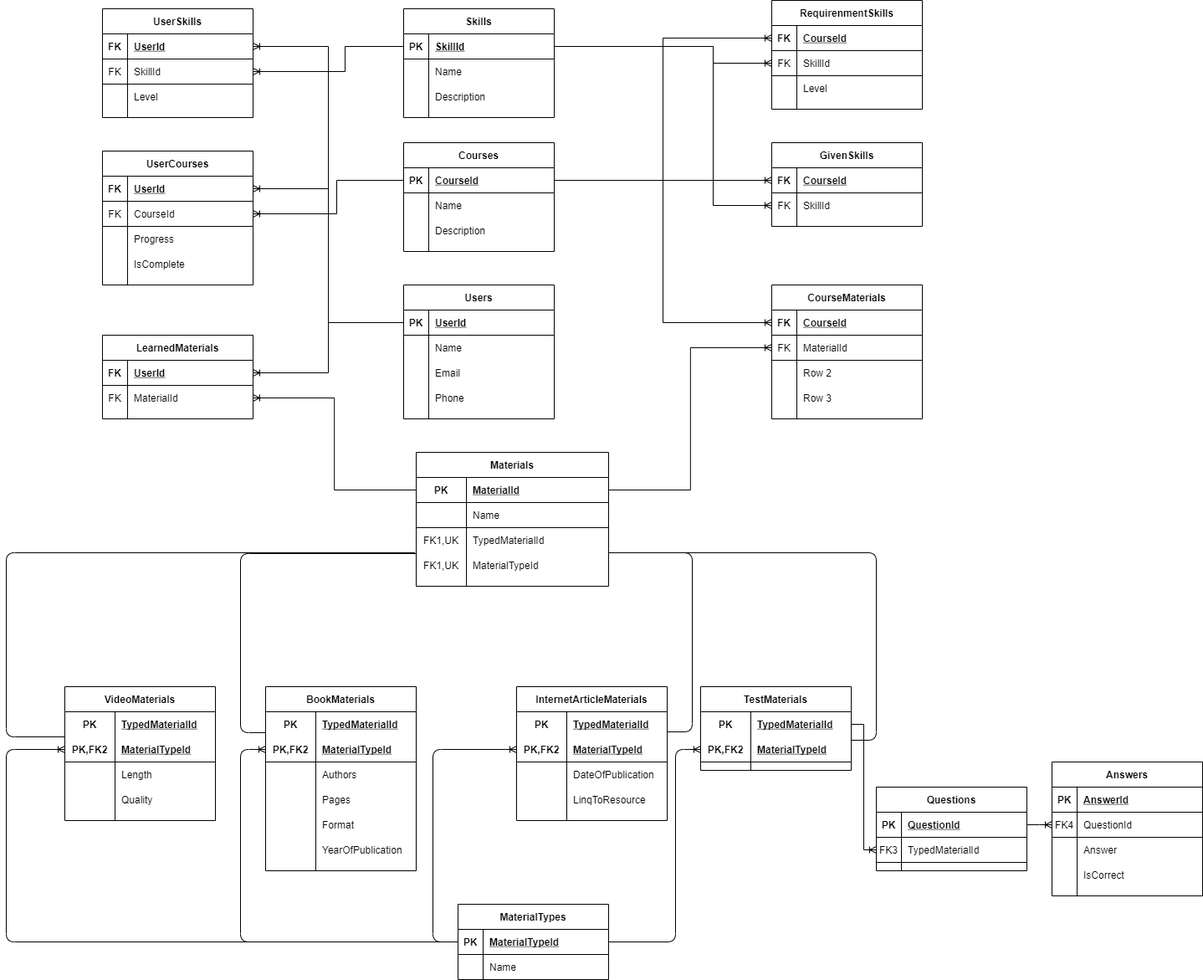
The draw.io diagram AR_Diagram.png in oleh-skoromnyi/education-portal, before a commit. Source tidied: cells renumbered, new cells last; positions are measured from the earlier drawing's top-left corner, leaving out a move shared by most shapes.
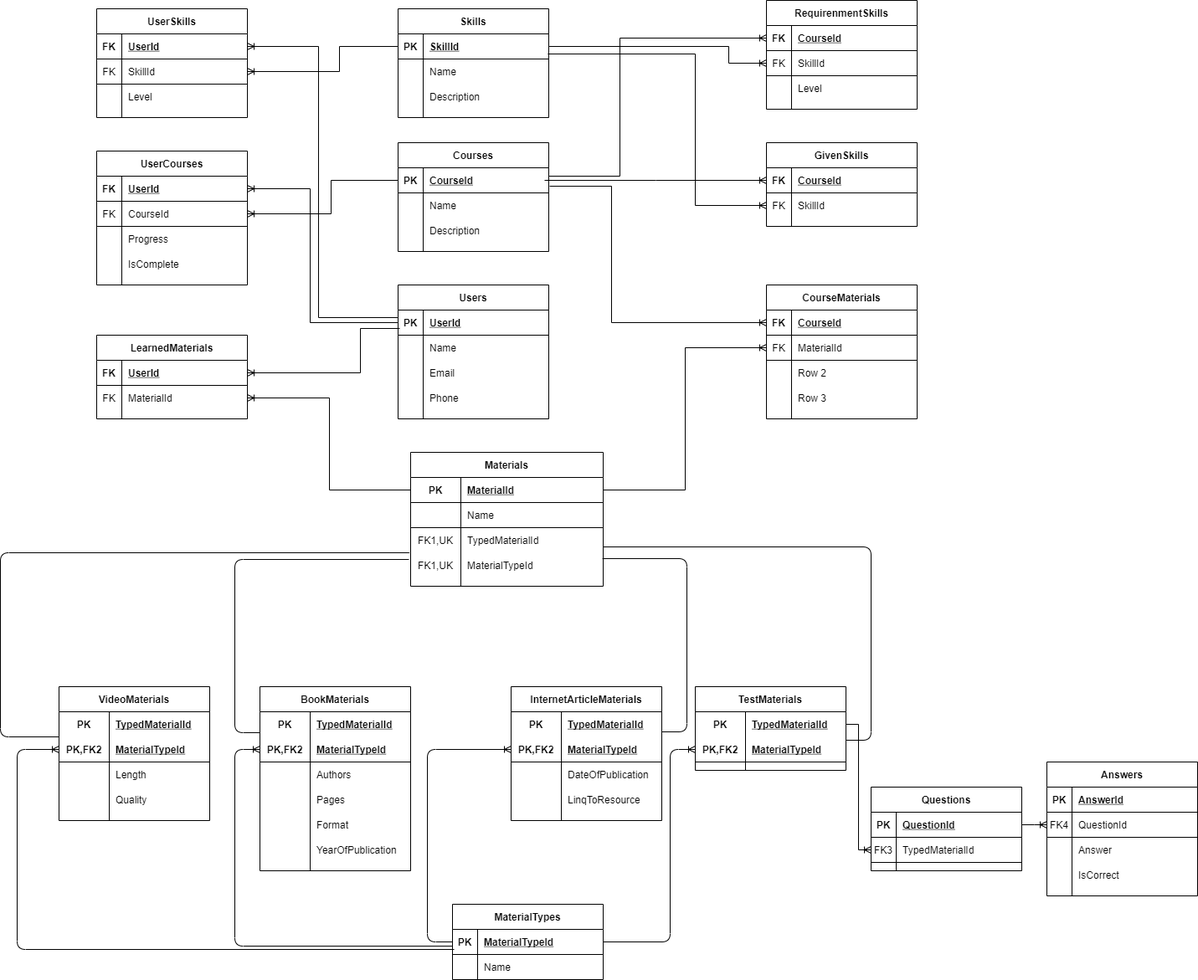
Later version of the same file.

Commit message:
Seperate the lines in ER diagram

The edit, as a diff of the source:
```diff
@@ -278,16 +278,19 @@
     <mxCell id="93" value="IsCorrect" style="shape=partialRectangle;fillColor=none;top=0;left=0;bottom=0;right=0;align=left;spacingLeft=6;overflow=hidden;" parent="91" vertex="1">
       <mxGeometry x="30" width="150" height="30" as="geometry" />
     </mxCell>
-    <mxCell id="94" style="edgeStyle=elbowEdgeStyle;fontSize=12;html=1;endArrow=ERoneToMany;" parent="1" edge="1" source="29">
+    <mxCell id="94" style="edgeStyle=elbowEdgeStyle;fontSize=12;html=1;endArrow=ERoneToMany;" parent="1" edge="1">
       <mxGeometry relative="1" as="geometry">
+        <mxPoint x="542" y="1134" as="sourcePoint" />
         <mxPoint x="70" y="895" as="targetPoint" />
         <Array as="points">
+          <mxPoint x="20" y="1030" />
           <mxPoint y="1010" />
         </Array>
       </mxGeometry>
     </mxCell>
-    <mxCell id="95" style="edgeStyle=elbowEdgeStyle;fontSize=12;html=1;endArrow=ERoneToMany;exitX=0;exitY=0.5;exitDx=0;exitDy=0;entryX=0;entryY=0.5;entryDx=0;entryDy=0;" parent="1" edge="1" source="29" target="39">
+    <mxCell id="95" style="edgeStyle=elbowEdgeStyle;fontSize=12;html=1;endArrow=ERoneToMany;entryX=0;entryY=0.5;entryDx=0;entryDy=0;" parent="1" edge="1" target="39">
       <mxGeometry relative="1" as="geometry">
+        <mxPoint x="540" y="1130" as="sourcePoint" />
         <Array as="points">
           <mxPoint x="280" y="1040" />
         </Array>
@@ -315,17 +318,15 @@
         </Array>
       </mxGeometry>
     </mxCell>
-    <mxCell id="99" style="edgeStyle=elbowEdgeStyle;fontSize=12;html=1;endArrow=none;entryX=0;entryY=-0.167;entryDx=0;entryDy=0;entryPerimeter=0;endFill=0;" parent="1" edge="1" target="39">
+    <mxCell id="99" style="edgeStyle=elbowEdgeStyle;fontSize=12;html=1;endArrow=none;entryX=0;entryY=-0.167;entryDx=0;entryDy=0;entryPerimeter=0;endFill=0;exitX=-0.009;exitY=0.267;exitDx=0;exitDy=0;exitPerimeter=0;" parent="1" edge="1" source="25" target="39">
       <mxGeometry relative="1" as="geometry">
-        <mxPoint x="490" y="661" as="sourcePoint" />
         <Array as="points">
           <mxPoint x="280" y="770" />
         </Array>
       </mxGeometry>
     </mxCell>
-    <mxCell id="100" style="edgeStyle=elbowEdgeStyle;fontSize=12;html=1;endArrow=none;endFill=0;" parent="1" edge="1">
+    <mxCell id="100" style="edgeStyle=elbowEdgeStyle;fontSize=12;html=1;endArrow=none;endFill=0;exitX=0.996;exitY=0.233;exitDx=0;exitDy=0;exitPerimeter=0;" parent="1" edge="1" source="25">
       <mxGeometry relative="1" as="geometry">
-        <mxPoint x="726" y="660" as="sourcePoint" />
         <mxPoint x="790" y="874" as="targetPoint" />
         <Array as="points">
           <mxPoint x="820" y="770" />
@@ -334,7 +335,7 @@
     </mxCell>
     <mxCell id="101" style="edgeStyle=elbowEdgeStyle;fontSize=12;html=1;endArrow=none;endFill=0;" parent="1" edge="1">
       <mxGeometry relative="1" as="geometry">
-        <mxPoint x="720" y="660" as="sourcePoint" />
+        <mxPoint x="720" y="653" as="sourcePoint" />
         <mxPoint x="1010" y="884" as="targetPoint" />
         <Array as="points">
           <mxPoint x="1040" y="780" />
@@ -626,8 +627,12 @@
     <mxCell id="196" value="Level" style="shape=partialRectangle;fillColor=none;top=0;left=0;bottom=0;right=0;align=left;spacingLeft=6;overflow=hidden;" parent="194" vertex="1">
       <mxGeometry x="30" width="150" height="30" as="geometry" />
     </mxCell>
-    <mxCell id="197" style="edgeStyle=elbowEdgeStyle;rounded=0;jettySize=auto;html=1;exitX=0;exitY=0.5;exitDx=0;exitDy=0;entryX=1;entryY=0.5;entryDx=0;entryDy=0;startArrow=none;startFill=0;endArrow=ERoneToMany;endFill=0;" parent="1" edge="1" source="105" target="161">
-      <mxGeometry relative="1" as="geometry" />
+    <mxCell id="197" style="edgeStyle=elbowEdgeStyle;rounded=0;jettySize=auto;html=1;exitX=0.011;exitY=0.733;exitDx=0;exitDy=0;entryX=1;entryY=0.5;entryDx=0;entryDy=0;startArrow=none;startFill=0;endArrow=ERoneToMany;endFill=0;exitPerimeter=0;" parent="1" edge="1" source="105" target="161">
+      <mxGeometry relative="1" as="geometry">
+        <Array as="points">
+          <mxPoint x="430" y="420" />
+        </Array>
+      </mxGeometry>
     </mxCell>
     <mxCell id="198" style="edgeStyle=elbowEdgeStyle;rounded=0;jettySize=auto;html=1;exitX=0;exitY=0.5;exitDx=0;exitDy=0;entryX=1;entryY=0.5;entryDx=0;entryDy=0;startArrow=none;startFill=0;endArrow=ERoneToMany;endFill=0;" parent="1" edge="1" source="16" target="164">
       <mxGeometry relative="1" as="geometry" />
@@ -642,12 +647,16 @@
     <mxCell id="200" style="edgeStyle=elbowEdgeStyle;rounded=0;jettySize=auto;html=1;exitX=0;exitY=0.5;exitDx=0;exitDy=0;entryX=1;entryY=0.5;entryDx=0;entryDy=0;startArrow=none;startFill=0;endArrow=ERoneToMany;endFill=0;" parent="1" edge="1" source="105" target="138">
       <mxGeometry relative="1" as="geometry">
         <Array as="points">
-          <mxPoint x="385" y="310" />
+          <mxPoint x="370" y="310" />
         </Array>
       </mxGeometry>
     </mxCell>
-    <mxCell id="201" style="edgeStyle=elbowEdgeStyle;rounded=0;jettySize=auto;html=1;exitX=0;exitY=0.5;exitDx=0;exitDy=0;entryX=1;entryY=0.5;entryDx=0;entryDy=0;startArrow=none;startFill=0;endArrow=ERoneToMany;endFill=0;" parent="1" edge="1" source="105" target="151">
-      <mxGeometry relative="1" as="geometry" />
+    <mxCell id="201" style="edgeStyle=elbowEdgeStyle;rounded=0;jettySize=auto;html=1;exitX=0;exitY=0.3;exitDx=0;exitDy=0;entryX=1;entryY=0.5;entryDx=0;entryDy=0;startArrow=none;startFill=0;endArrow=ERoneToMany;endFill=0;exitPerimeter=0;" parent="1" edge="1" source="105" target="151">
+      <mxGeometry relative="1" as="geometry">
+        <Array as="points">
+          <mxPoint x="380" y="230" />
+        </Array>
+      </mxGeometry>
     </mxCell>
     <mxCell id="202" style="edgeStyle=elbowEdgeStyle;rounded=0;jettySize=auto;html=1;exitX=0;exitY=0.5;exitDx=0;exitDy=0;entryX=1;entryY=0.5;entryDx=0;entryDy=0;startArrow=none;startFill=0;endArrow=ERoneToMany;endFill=0;" parent="1" edge="1" source="128" target="154">
       <mxGeometry relative="1" as="geometry">
@@ -656,26 +665,38 @@
         </Array>
       </mxGeometry>
     </mxCell>
-    <mxCell id="203" style="edgeStyle=elbowEdgeStyle;rounded=0;jettySize=auto;html=1;exitX=1;exitY=0.5;exitDx=0;exitDy=0;entryX=0;entryY=0.5;entryDx=0;entryDy=0;startArrow=none;startFill=0;endArrow=ERoneToMany;endFill=0;" parent="1" edge="1" source="118" target="188">
-      <mxGeometry relative="1" as="geometry" />
+    <mxCell id="203" style="edgeStyle=elbowEdgeStyle;rounded=0;jettySize=auto;html=1;entryX=0;entryY=0.5;entryDx=0;entryDy=0;startArrow=none;startFill=0;endArrow=ERoneToMany;endFill=0;" parent="1" edge="1" target="188">
+      <mxGeometry relative="1" as="geometry">
+        <mxPoint x="655" y="210" as="sourcePoint" />
+        <Array as="points">
+          <mxPoint x="740" y="130" />
+        </Array>
+      </mxGeometry>
     </mxCell>
     <mxCell id="204" style="edgeStyle=elbowEdgeStyle;rounded=0;jettySize=auto;html=1;exitX=1;exitY=0.5;exitDx=0;exitDy=0;entryX=0;entryY=0.5;entryDx=0;entryDy=0;startArrow=none;startFill=0;endArrow=ERoneToMany;endFill=0;" parent="1" edge="1" source="128" target="191">
       <mxGeometry relative="1" as="geometry">
         <Array as="points">
-          <mxPoint x="845" y="70" />
+          <mxPoint x="870" y="70" />
         </Array>
       </mxGeometry>
     </mxCell>
-    <mxCell id="205" style="edgeStyle=elbowEdgeStyle;rounded=0;jettySize=auto;html=1;exitX=1;exitY=0.5;exitDx=0;exitDy=0;entryX=0;entryY=0.5;entryDx=0;entryDy=0;startArrow=none;startFill=0;endArrow=ERoneToMany;endFill=0;" parent="1" edge="1" source="118" target="181">
-      <mxGeometry relative="1" as="geometry" />
+    <mxCell id="205" style="edgeStyle=elbowEdgeStyle;rounded=0;jettySize=auto;html=1;entryX=0;entryY=0.5;entryDx=0;entryDy=0;startArrow=none;startFill=0;endArrow=ERoneToMany;endFill=0;" parent="1" edge="1" target="181">
+      <mxGeometry relative="1" as="geometry">
+        <mxPoint x="650" y="215" as="sourcePoint" />
+      </mxGeometry>
     </mxCell>
-    <mxCell id="206" style="edgeStyle=elbowEdgeStyle;rounded=0;jettySize=auto;html=1;exitX=1;exitY=0.5;exitDx=0;exitDy=0;startArrow=none;startFill=0;endArrow=ERoneToMany;endFill=0;" parent="1" edge="1" source="118" target="168">
-      <mxGeometry relative="1" as="geometry" />
+    <mxCell id="206" style="edgeStyle=elbowEdgeStyle;rounded=0;jettySize=auto;html=1;exitX=1.006;exitY=0.733;exitDx=0;exitDy=0;startArrow=none;startFill=0;endArrow=ERoneToMany;endFill=0;exitPerimeter=0;" parent="1" edge="1" source="118" target="168">
+      <mxGeometry relative="1" as="geometry">
+        <Array as="points">
+          <mxPoint x="730" y="290" />
+          <mxPoint x="710" y="300" />
+        </Array>
+      </mxGeometry>
     </mxCell>
-    <mxCell id="207" style="edgeStyle=elbowEdgeStyle;rounded=0;jettySize=auto;html=1;exitX=1;exitY=0.5;exitDx=0;exitDy=0;entryX=0;entryY=0.5;entryDx=0;entryDy=0;startArrow=none;startFill=0;endArrow=ERoneToMany;endFill=0;" parent="1" edge="1" source="128" target="184">
+    <mxCell id="207" style="edgeStyle=elbowEdgeStyle;rounded=0;jettySize=auto;html=1;exitX=0.994;exitY=0.8;exitDx=0;exitDy=0;entryX=0;entryY=0.5;entryDx=0;entryDy=0;startArrow=none;startFill=0;endArrow=ERoneToMany;endFill=0;exitPerimeter=0;" parent="1" edge="1" source="128" target="184">
       <mxGeometry relative="1" as="geometry">
         <Array as="points">
-          <mxPoint x="845" y="150" />
+          <mxPoint x="830" y="160" />
         </Array>
       </mxGeometry>
     </mxCell>
```
